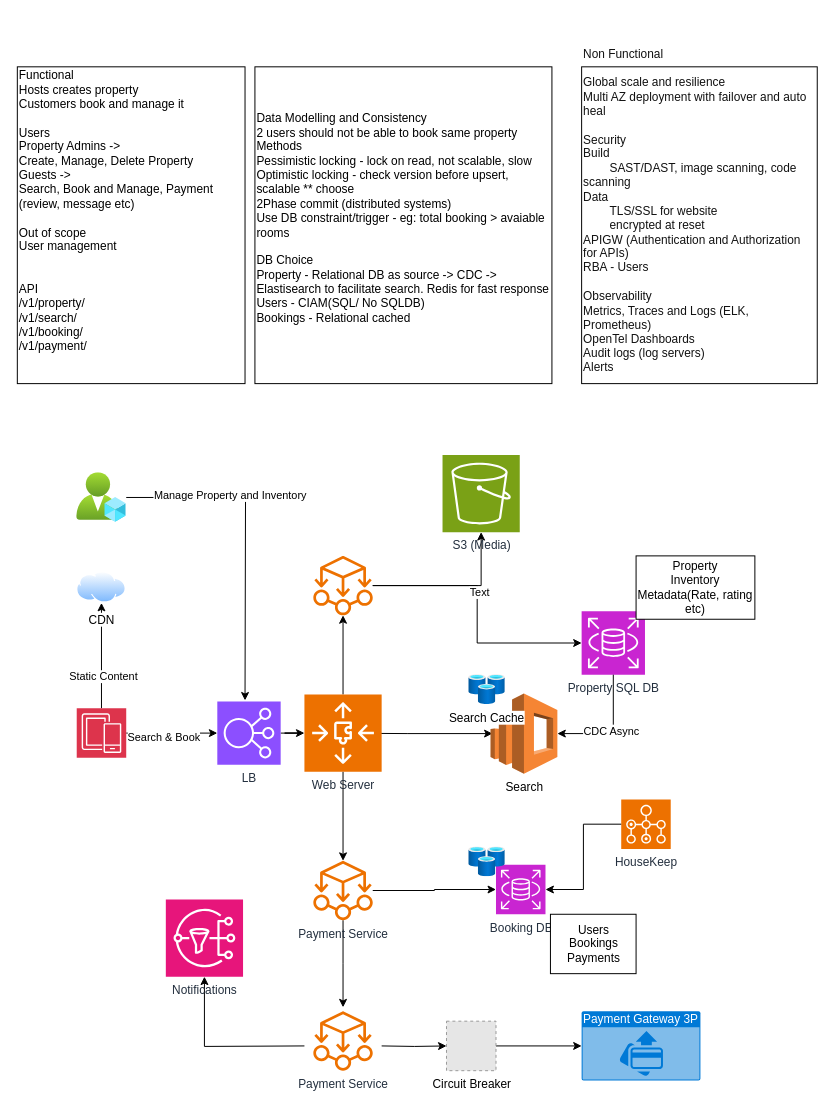
Above: sys-design/HotelBooking.drawio in pnargunde/jobhunt-ops (draw.io), before the change. Source tidied: cells renumbered, new cells numbered last; positions are measured from the earlier drawing's top-left corner, leaving out a move shared by most shapes. Both pictures are drawn from the tidied source at 99%, with x=0, y=0 at pixel (17, 66). Pictures stored in the file or linked from it are replaced by grey dashed boxes.
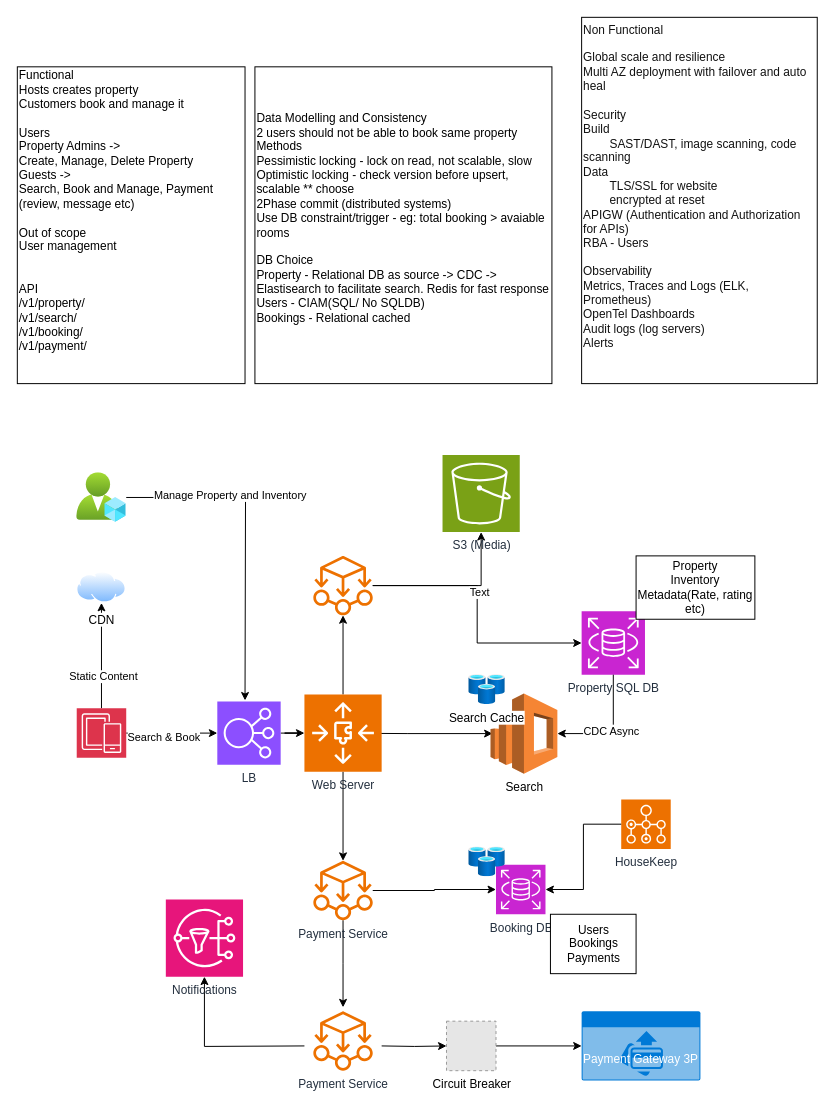
After the change.

Diff of the diagram source:
```diff
@@
-    <mxCell id="21" value="Payment Gateway 3P" style="html=1;whiteSpace=wrap;strokeColor=none;fillColor=#0079D6;labelPosition=center;verticalLabelPosition=middle;verticalAlign=top;align=center;fontSize=12;outlineConnect=0;spacingTop=-6;fontColor=#FFFFFF;sketch=0;shape=mxgraph.sitemap.payment;" parent="1" vertex="1">
+    <mxCell id="21" value="&lt;p&gt;Payment Gateway 3P&lt;/p&gt;" style="html=1;whiteSpace=wrap;strokeColor=none;fillColor=#0079D6;labelPosition=center;verticalLabelPosition=middle;verticalAlign=bottom;align=center;fontSize=12;outlineConnect=0;spacingTop=-6;fontColor=light-dark(#FFFFFF,#FFFFFF);sketch=0;shape=mxgraph.sitemap.payment;" parent="1" vertex="1">
       <mxGeometry x="570" y="954" width="120" height="70" as="geometry" />
     </mxCell>
@@
     <mxCell id="43" value="&lt;div&gt;&lt;div&gt;&lt;font color=&quot;#121212&quot;&gt;Non Functional &lt;br&gt;&lt;br&gt;Global scale and resilience&lt;/font&gt;&lt;/div&gt;&lt;div&gt;&lt;font color=&quot;#121212&quot;&gt;Multi AZ deployment with failover and auto heal&lt;/font&gt;&lt;/div&gt;&lt;div&gt;&lt;font color=&quot;#121212&quot;&gt;&lt;br&gt;&lt;/font&gt;&lt;/div&gt;&lt;div&gt;&lt;font color=&quot;#121212&quot;&gt;Security&lt;br&gt;Build&lt;br&gt;&lt;span style=&quot;white-space: pre;&quot;&gt;&#9;&lt;/span&gt;SAST/DAST, image scanning, code scanning&lt;/font&gt;&lt;/div&gt;&lt;div&gt;&lt;font color=&quot;#121212&quot;&gt;Data&amp;nbsp;&lt;/font&gt;&lt;/div&gt;&lt;div&gt;&lt;font color=&quot;#121212&quot;&gt;&lt;span style=&quot;white-space: pre;&quot;&gt;&#9;&lt;/span&gt;TLS/SSL for website&lt;/font&gt;&lt;/div&gt;&lt;div&gt;&lt;font color=&quot;#121212&quot;&gt;&lt;span style=&quot;white-space: pre;&quot;&gt;&#9;&lt;/span&gt;encrypted at reset&lt;/font&gt;&lt;/div&gt;&lt;div&gt;&lt;font color=&quot;#121212&quot;&gt;APIGW (Authentication and Authorization for APIs)&lt;/font&gt;&lt;/div&gt;&lt;div&gt;&lt;font color=&quot;#121212&quot;&gt;RBA - Users&lt;br&gt;&lt;br&gt;Observability&lt;br&gt;Metrics, Traces and Logs (ELK, Prometheus)&lt;br&gt;OpenTel Dashboards&amp;nbsp;&lt;br&gt;Audit logs (log servers)&lt;br&gt;Alerts&lt;br&gt;&lt;br&gt;&lt;br&gt;&lt;/font&gt;&lt;/div&gt;&lt;/div&gt;" style="rounded=0;whiteSpace=wrap;html=1;align=left;" parent="1" vertex="1">
-      <mxGeometry x="570" width="238" height="320" as="geometry" />
+      <mxGeometry x="570" y="-50" width="238" height="370" as="geometry" />
     </mxCell>
```
